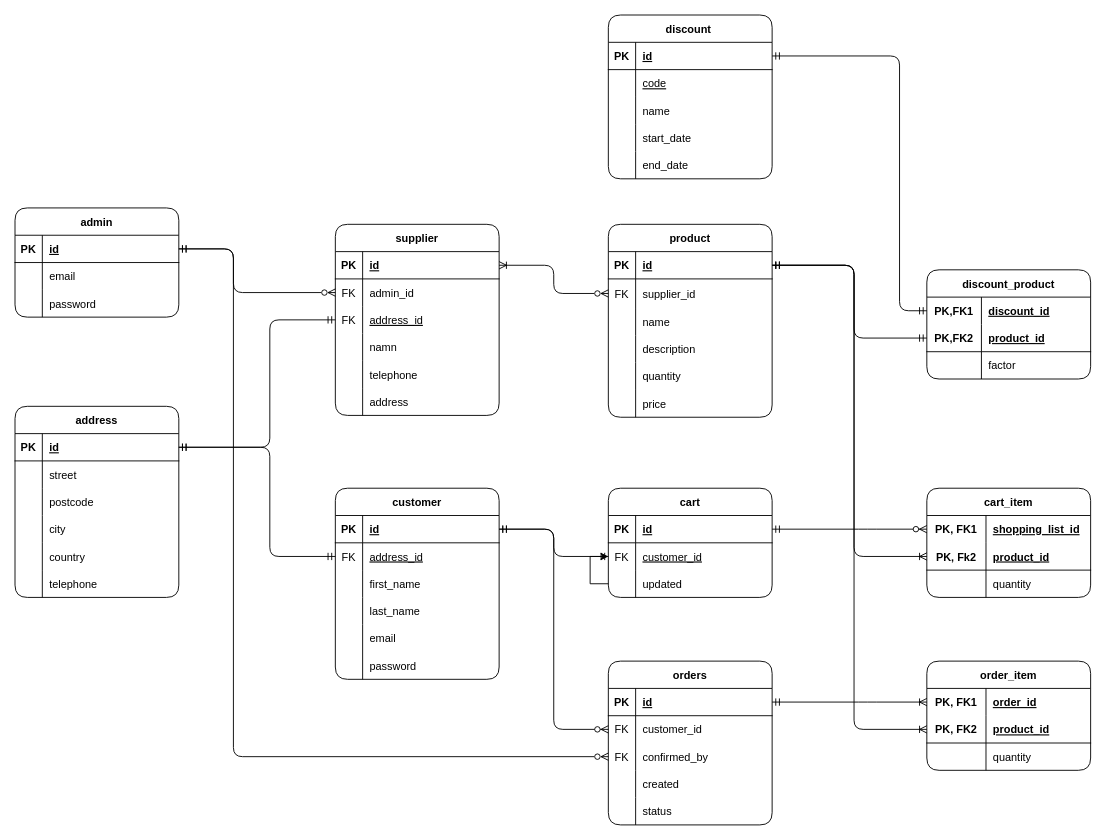
The draw.io diagram project/res/online_store.drawio in mnerv/log_horizon_scrub, before the edit. Source tidied: cells renumbered, new cells numbered last; positions are measured from the earlier drawing's top-left corner, leaving out a move shared by most shapes. Both pictures are drawn from the tidied source at 91%, with x=0, y=0 at pixel (15, 15).
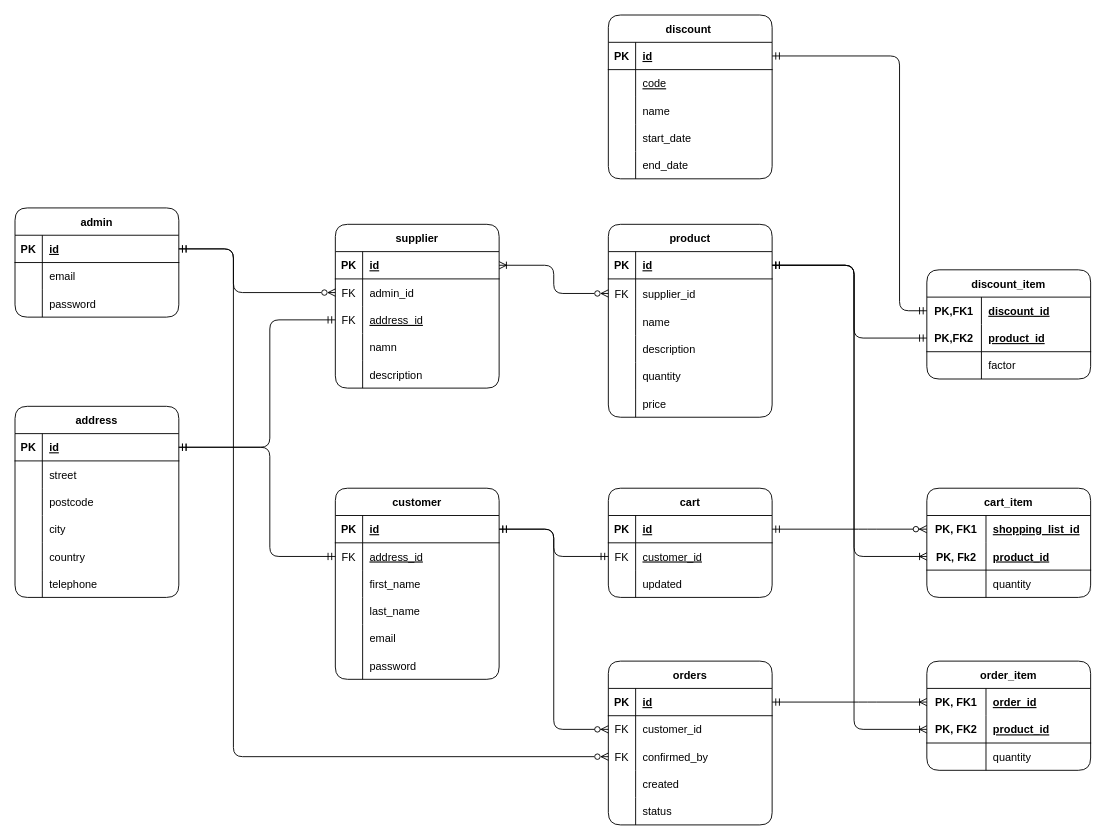
Above is the later version.

Commit message (it also covers changes not shown here):
project: Sync diagram and sql tables

The change refers to these unchanged cells:
```xml
<mxCell id="21" value="cart" style="shape=table;startSize=30;childLayout=tableLayout;rowLines=0;fontStyle=1;align=center;rounded=1;" parent="1" vertex="1">
  <mxGeometry x="652" y="520" width="180" height="120" as="geometry" />
</mxCell>
<mxCell id="25" style="shape=tableRow;horizontal=0;startSize=0;swimlaneHead=0;swimlaneBody=0;fillColor=none;points=[[0,0.5],[1,0.5]];portConstraint=eastwest;top=0;left=0;right=0;bottom=0;" parent="21" vertex="1">
  <mxGeometry y="60" width="180" height="30" as="geometry" />
</mxCell>
<mxCell id="29" style="shape=tableRow;horizontal=0;startSize=0;swimlaneHead=0;swimlaneBody=0;fillColor=none;points=[[0,0.5],[1,0.5]];portConstraint=eastwest;top=0;left=0;right=0;bottom=0;" parent="21" vertex="1">
  <mxGeometry y="90" width="180" height="30" as="geometry" />
</mxCell>
<mxCell id="106" style="shape=tableRow;horizontal=0;startSize=0;swimlaneHead=0;swimlaneBody=0;fillColor=none;top=0;left=0;right=0;bottom=0;" parent="93" vertex="1">
  <mxGeometry y="150" width="180" height="30" as="geometry" />
</mxCell>
```

The edit, as a diff of the source:
```diff
@@
-    <mxCell id="28" style="edgeStyle=orthogonalEdgeStyle;rounded=0;jettySize=auto;html=1;" parent="21" edge="1" source="29" target="25">
-      <mxGeometry relative="1" as="geometry" />
-    </mxCell>
@@
     <mxCell id="93" value="supplier" style="shape=table;startSize=30;childLayout=tableLayout;rowLines=0;fontStyle=1;align=center;rounded=1;" parent="1" vertex="1">
-      <mxGeometry x="352" y="230" width="180" height="210" as="geometry" />
+      <mxGeometry x="352" y="230" width="180" height="180" as="geometry" />
     </mxCell>
@@
-    <mxCell id="107" style="shape=partialRectangle;fillColor=none;top=0;left=0;bottom=0;right=0;overflow=hidden;" parent="106" vertex="1">
-      <mxGeometry width="30" height="30" as="geometry" />
-    </mxCell>
-    <mxCell id="108" value="telephone" style="shape=partialRectangle;fillColor=none;top=0;left=0;bottom=0;right=0;align=left;spacingLeft=6;overflow=hidden;" parent="106" vertex="1">
-      <mxGeometry x="30" width="150" height="30" as="geometry" />
-    </mxCell>
-    <mxCell id="109" style="shape=tableRow;horizontal=0;startSize=0;swimlaneHead=0;swimlaneBody=0;fillColor=none;top=0;left=0;right=0;bottom=0;" parent="93" vertex="1">
-      <mxGeometry y="180" width="180" height="30" as="geometry" />
-    </mxCell>
-    <mxCell id="110" style="shape=partialRectangle;fillColor=none;top=0;left=0;bottom=0;right=0;overflow=hidden;" parent="109" vertex="1">
-      <mxGeometry width="30" height="30" as="geometry" />
-    </mxCell>
-    <mxCell id="111" value="address" style="shape=partialRectangle;fillColor=none;top=0;left=0;bottom=0;right=0;align=left;spacingLeft=6;overflow=hidden;" parent="109" vertex="1">
-      <mxGeometry x="30" width="150" height="30" as="geometry" />
-    </mxCell>
+    <mxCell id="174" style="shape=partialRectangle;fillColor=none;top=0;left=0;bottom=0;right=0;overflow=hidden;" parent="106" vertex="1">
+      <mxGeometry width="30" height="30" as="geometry" />
+    </mxCell>
+    <mxCell id="175" value="description" style="shape=partialRectangle;fillColor=none;top=0;left=0;bottom=0;right=0;align=left;spacingLeft=6;overflow=hidden;" parent="106" vertex="1">
+      <mxGeometry x="30" width="150" height="30" as="geometry" />
+    </mxCell>
@@
-    <mxCell id="160" value="discount_product" style="shape=table;startSize=30;childLayout=tableLayout;rowLines=0;fontStyle=1;align=center;rounded=1;" parent="1" vertex="1">
+    <mxCell id="160" value="discount_item" style="shape=table;startSize=30;childLayout=tableLayout;rowLines=0;fontStyle=1;align=center;rounded=1;" parent="1" vertex="1">
       <mxGeometry x="1002" y="280" width="180" height="120" as="geometry" />
     </mxCell>
```
